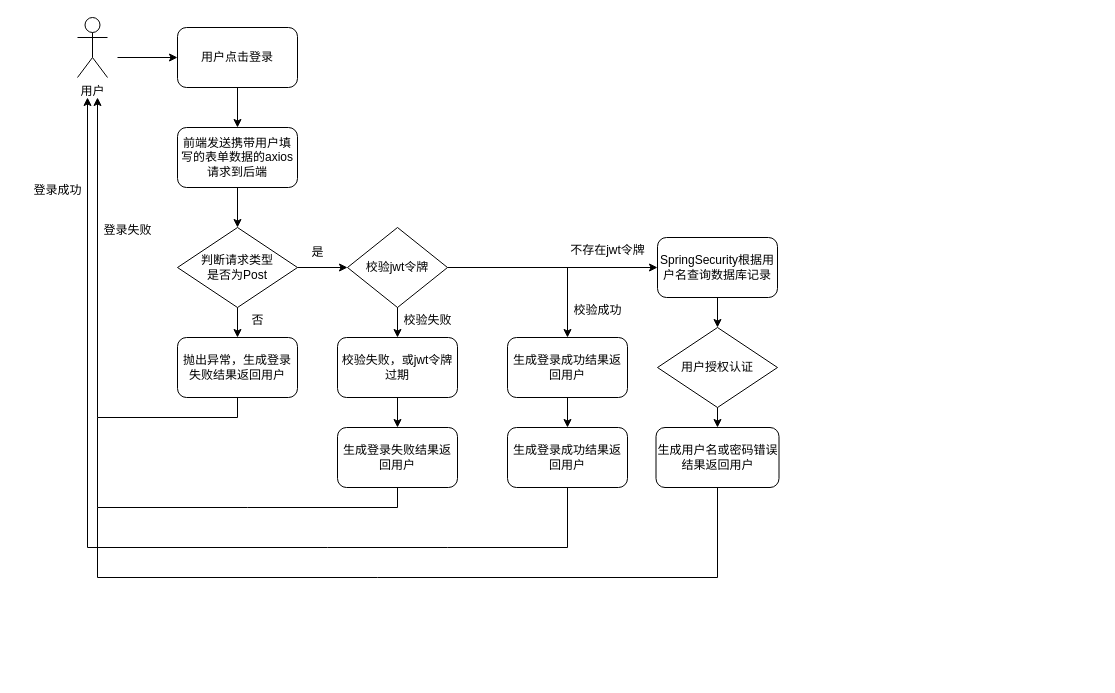
The draw.io diagram 登录流图.drawio in JQuan526/flow-graph, before the edit. Source tidied: cells renumbered, new cells numbered last; positions are measured from the earlier drawing's top-left corner, leaving out a move shared by most shapes. Both pictures are drawn from the tidied source at 100%, with x=0, y=0 at pixel (22, 17).
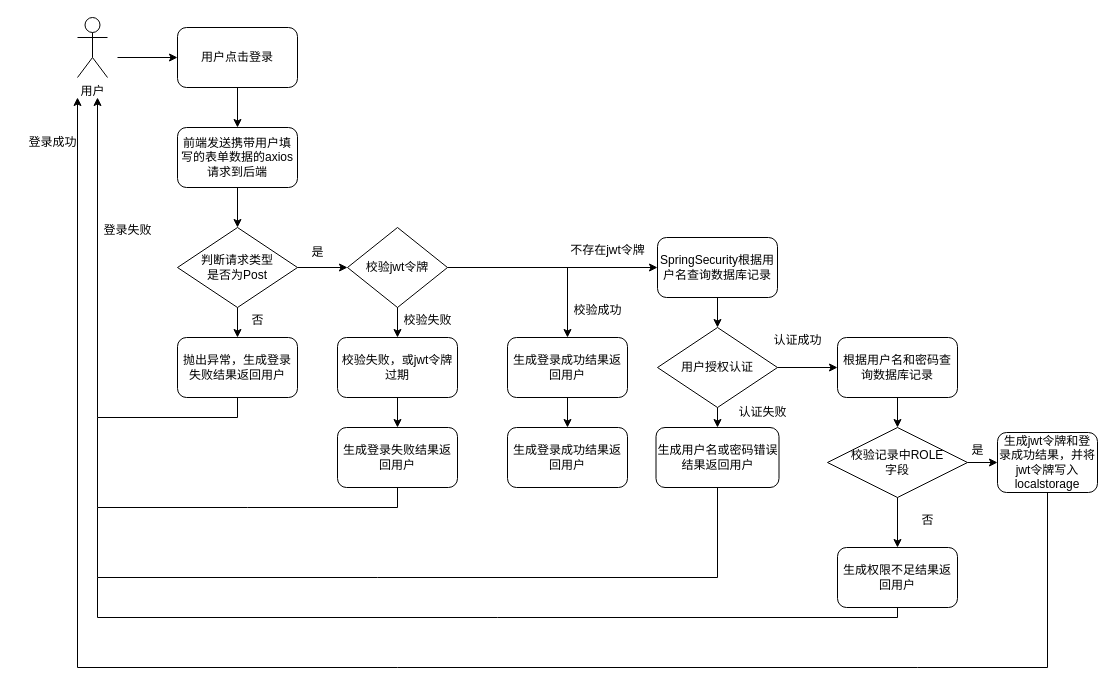
The same diagram, later.

Commit message (it also covers changes not shown here):
更新登录流图.drawio

The change refers to these unchanged cells:
```xml
<mxCell id="28" value="生成登录成功结果返回用户" style="rounded=1;whiteSpace=wrap;html=1;" parent="1" vertex="1">
  <mxGeometry x="485" y="410" width="120" height="60" as="geometry" />
</mxCell>
<mxCell id="31" value="用户授权认证" style="rhombus;whiteSpace=wrap;html=1;" parent="1" vertex="1">
  <mxGeometry x="635" y="310" width="120" height="80" as="geometry" />
</mxCell>
```

What changed in the source:
```diff
@@
-    <mxCell id="29" style="endArrow=classic;html=1;rounded=0;exitX=0.5;exitY=1;exitDx=0;exitDy=0;" parent="1" edge="1" source="28">
-      <mxGeometry relative="1" as="geometry">
-        <mxPoint x="65" y="80" as="targetPoint" />
-        <Array as="points">
-          <mxPoint x="545" y="530" />
-          <mxPoint x="425" y="530" />
-          <mxPoint x="305" y="530" />
-          <mxPoint x="65" y="530" />
-        </Array>
-      </mxGeometry>
-    </mxCell>
@@
     <mxCell id="37" value="登录成功" style="text;html=1;align=center;verticalAlign=middle;strokeColor=none;fillColor=none;" parent="1" vertex="1">
-      <mxGeometry y="158" width="70" height="30" as="geometry" />
+      <mxGeometry x="-5" y="110" width="70" height="30" as="geometry" />
     </mxCell>
+    <mxCell id="38" value="根据用户名和密码查询数据库记录" style="rounded=1;whiteSpace=wrap;html=1;" parent="1" vertex="1">
+      <mxGeometry x="815" y="320" width="120" height="60" as="geometry" />
+    </mxCell>
+    <mxCell id="39" style="endArrow=classic;html=1;rounded=0;exitX=1;exitY=0.5;exitDx=0;exitDy=0;entryX=0;entryY=0.5;entryDx=0;entryDy=0;" parent="1" edge="1" source="31" target="38">
+      <mxGeometry relative="1" as="geometry" />
+    </mxCell>
+    <mxCell id="40" value="认证失败" style="text;html=1;align=center;verticalAlign=middle;strokeColor=none;fillColor=none;" parent="1" vertex="1">
+      <mxGeometry x="705" y="380" width="70" height="30" as="geometry" />
+    </mxCell>
+    <mxCell id="41" value="认证成功" style="text;html=1;align=center;verticalAlign=middle;strokeColor=none;fillColor=none;" parent="1" vertex="1">
+      <mxGeometry x="740" y="308" width="70" height="30" as="geometry" />
+    </mxCell>
+    <mxCell id="42" style="endArrow=classic;html=1;rounded=0;exitX=0.5;exitY=1;exitDx=0;exitDy=0;" parent="1" edge="1" source="38">
+      <mxGeometry relative="1" as="geometry">
+        <mxPoint x="875" y="410" as="targetPoint" />
+      </mxGeometry>
+    </mxCell>
+    <mxCell id="43" value="&lt;div&gt;校验记录中ROLE&lt;/div&gt;&lt;div&gt;字段&lt;br&gt;&lt;/div&gt;" style="rhombus;whiteSpace=wrap;html=1;" parent="1" vertex="1">
+      <mxGeometry x="805" y="410" width="140" height="70" as="geometry" />
+    </mxCell>
+    <mxCell id="44" style="endArrow=classic;html=1;rounded=0;exitX=0.5;exitY=1;exitDx=0;exitDy=0;" parent="1" edge="1" source="43">
+      <mxGeometry relative="1" as="geometry">
+        <mxPoint x="875" y="530" as="targetPoint" />
+      </mxGeometry>
+    </mxCell>
+    <mxCell id="45" value="否" style="text;html=1;align=center;verticalAlign=middle;strokeColor=none;fillColor=none;" parent="1" vertex="1">
+      <mxGeometry x="885" y="488" width="40" height="30" as="geometry" />
+    </mxCell>
+    <mxCell id="46" value="生成权限不足结果返回用户" style="rounded=1;whiteSpace=wrap;html=1;" parent="1" vertex="1">
+      <mxGeometry x="815" y="530" width="120" height="60" as="geometry" />
+    </mxCell>
+    <mxCell id="47" style="endArrow=none;html=1;rounded=0;exitX=0.5;exitY=1;exitDx=0;exitDy=0;" parent="1" edge="1" source="46">
+      <mxGeometry relative="1" as="geometry">
+        <mxPoint x="75" y="560" as="targetPoint" />
+        <Array as="points">
+          <mxPoint x="875" y="600" />
+          <mxPoint x="475" y="600" />
+          <mxPoint x="75" y="600" />
+        </Array>
+      </mxGeometry>
+    </mxCell>
+    <mxCell id="48" value="生成jwt令牌和登录成功结果，并将jwt令牌写入localstorage" style="rounded=1;whiteSpace=wrap;html=1;" parent="1" vertex="1">
+      <mxGeometry x="975" y="415" width="100" height="60" as="geometry" />
+    </mxCell>
+    <mxCell id="49" style="endArrow=classic;html=1;rounded=0;exitX=1;exitY=0.5;exitDx=0;exitDy=0;entryX=0;entryY=0.5;entryDx=0;entryDy=0;" parent="1" edge="1" source="43" target="48">
+      <mxGeometry relative="1" as="geometry" />
+    </mxCell>
+    <mxCell id="50" value="是" style="text;html=1;align=center;verticalAlign=middle;strokeColor=none;fillColor=none;" parent="1" vertex="1">
+      <mxGeometry x="935" y="418" width="40" height="30" as="geometry" />
+    </mxCell>
+    <mxCell id="51" style="endArrow=classic;html=1;rounded=0;exitX=0.5;exitY=1;exitDx=0;exitDy=0;" parent="1" edge="1" source="48">
+      <mxGeometry relative="1" as="geometry">
+        <mxPoint x="55" y="80" as="targetPoint" />
+        <Array as="points">
+          <mxPoint x="1025" y="650" />
+          <mxPoint x="895" y="650" />
+          <mxPoint x="375" y="650" />
+          <mxPoint x="55" y="650" />
+        </Array>
+      </mxGeometry>
+    </mxCell>
```
